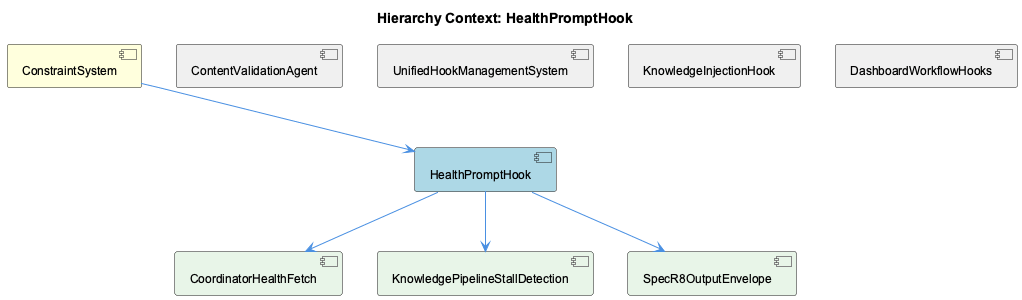
The PlantUML diagram knowledge-management/insights/images/health-prompt-hook-relationship.png in fwornle/coding, before a commit.
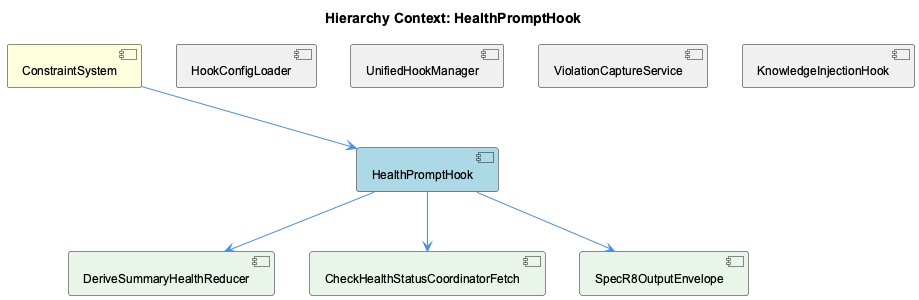
Above is the later version.

Change to the diagram source:
```diff
@@ -5,21 +5,21 @@
 
 [ConstraintSystem] as constraint_system #FFFFDD
 [HealthPromptHook] as health_prompt_hook #LightBlue
-[ContentValidationAgent] as content_validation_agent #F0F0F0
-[UnifiedHookManagementSystem] as unified_hook_management_system #F0F0F0
+[HookConfigLoader] as hook_config_loader #F0F0F0
+[UnifiedHookManager] as unified_hook_manager #F0F0F0
+[ViolationCaptureService] as violation_capture_service #F0F0F0
 [KnowledgeInjectionHook] as knowledge_injection_hook #F0F0F0
-[DashboardWorkflowHooks] as dashboard_workflow_hooks #F0F0F0
-[CoordinatorHealthFetch] as coordinator_health_fetch #E8F5E8
-[KnowledgePipelineStallDetection] as knowledge_pipeline_stall_detection #E8F5E8
+[DeriveSummaryHealthReducer] as derive_summary_health_reducer #E8F5E8
+[CheckHealthStatusCoordinatorFetch] as check_health_status_coordinator_fetch #E8F5E8
 [SpecR8OutputEnvelope] as spec_r8_output_envelope #E8F5E8
 
 constraint_system --> health_prompt_hook
-content_validation_agent -[hidden]- health_prompt_hook
-unified_hook_management_system -[hidden]- health_prompt_hook
+hook_config_loader -[hidden]- health_prompt_hook
+unified_hook_manager -[hidden]- health_prompt_hook
+violation_capture_service -[hidden]- health_prompt_hook
 knowledge_injection_hook -[hidden]- health_prompt_hook
-dashboard_workflow_hooks -[hidden]- health_prompt_hook
-health_prompt_hook --> coordinator_health_fetch
-health_prompt_hook --> knowledge_pipeline_stall_detection
+health_prompt_hook --> derive_summary_health_reducer
+health_prompt_hook --> check_health_status_coordinator_fetch
 health_prompt_hook --> spec_r8_output_envelope
 
 @enduml
```
